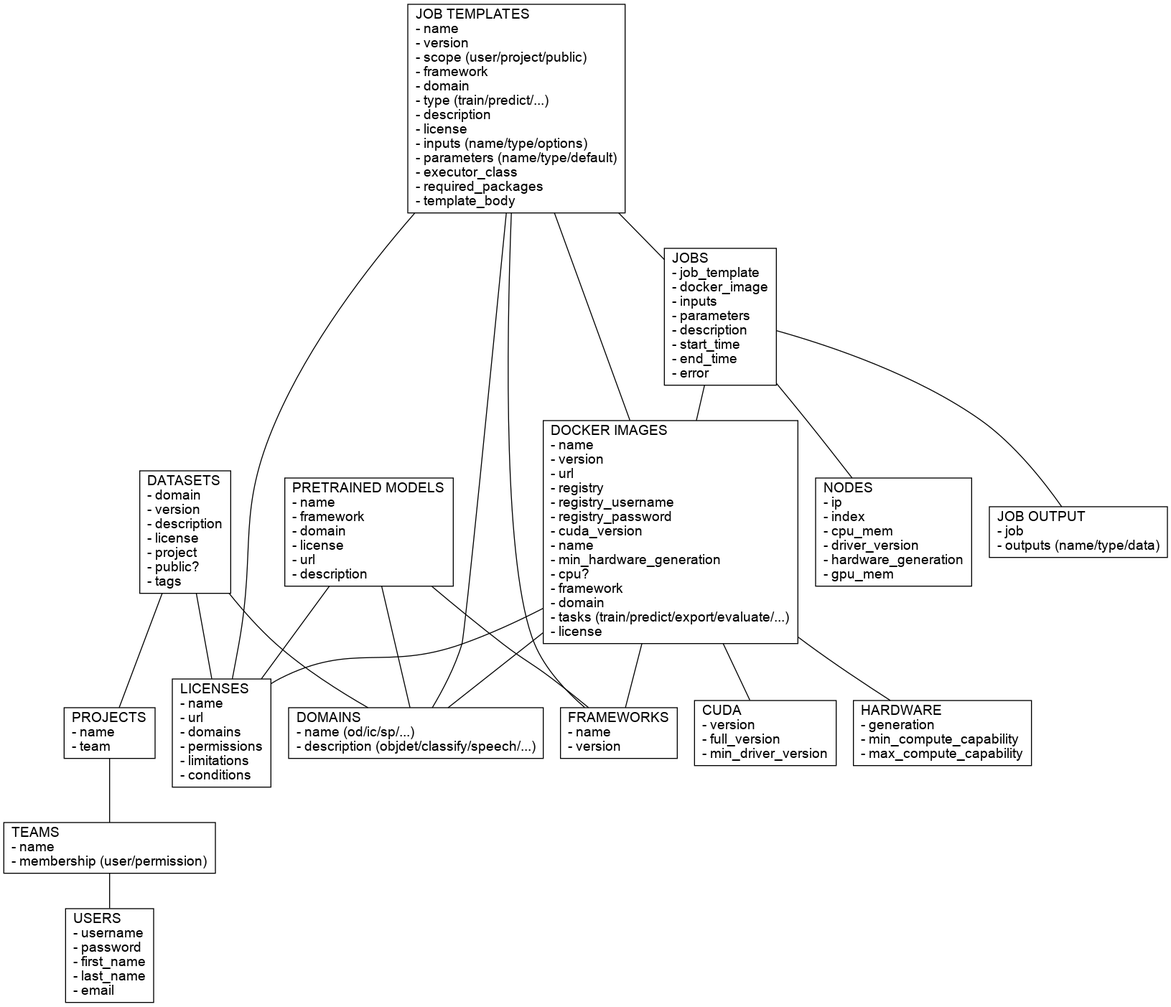
The Graphviz diagram docs/img/api.png in waikato-ufdl/ufdl-api, before a commit. Its source is kept beside it as docs/img/api.dot.
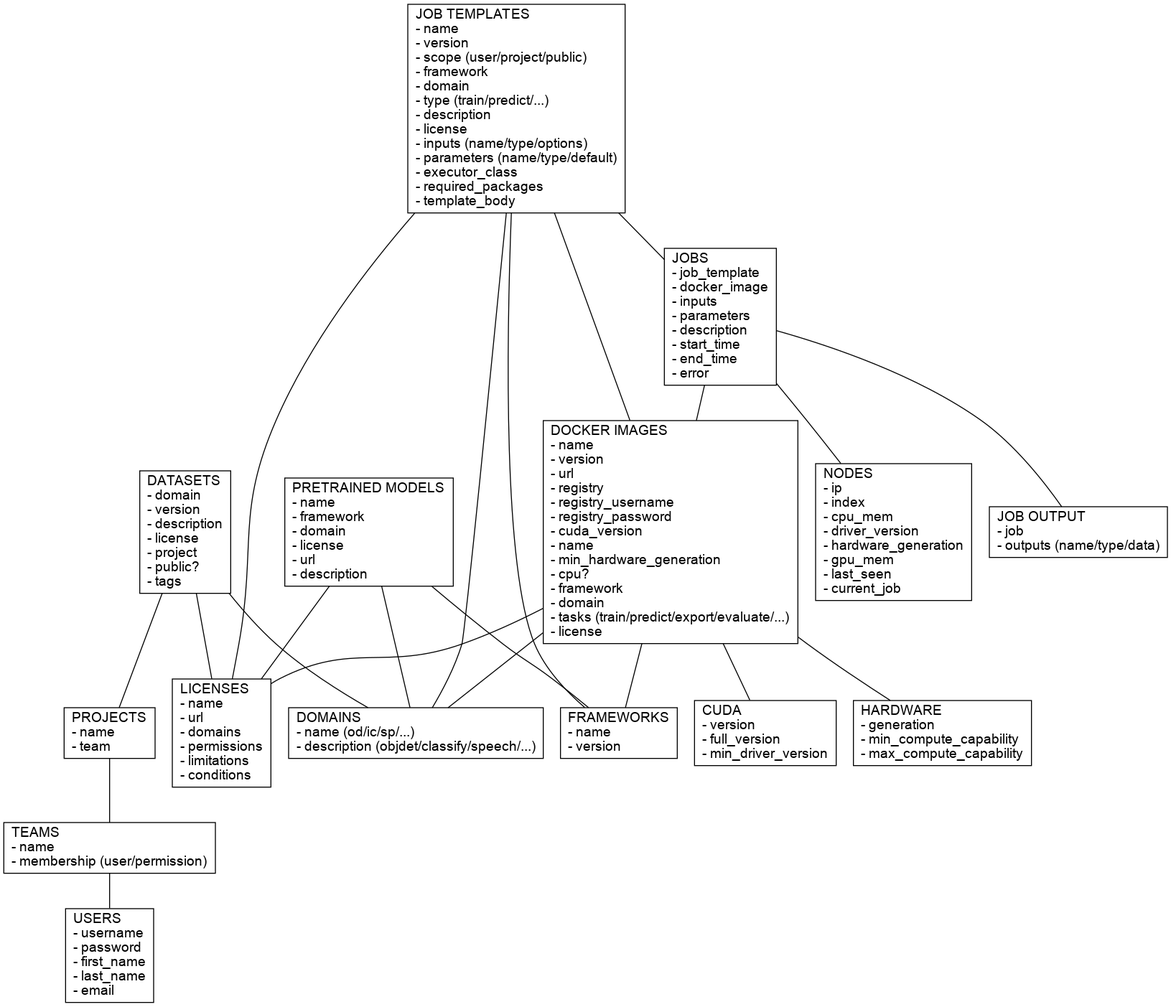
After the change.

The edit, as a diff of the source:
```diff
@@ -12,7 +12,7 @@
   docker_images [label = "DOCKER IMAGES\l- name\l- version\l- url\l- registry\l- registry_username\l- registry_password\l- cuda_version\l- name\l- min_hardware_generation\l- cpu?\l- framework\l- domain\l- tasks (train/predict/export/evaluate/...)\l- license\l"];
   frameworks [label = "FRAMEWORKS\l- name\l- version\l"];
   hardware [label = "HARDWARE\l- generation\l- min_compute_capability\l- max_compute_capability\l"];
-  nodes [label = "NODES\l- ip\l- index\l- cpu_mem\l- driver_version\l- hardware_generation\l- gpu_mem\l"];
+  nodes [label = "NODES\l- ip\l- index\l- cpu_mem\l- driver_version\l- hardware_generation\l- gpu_mem\l- last_seen\l- current_job\l"];
 
   datasets [label = "DATASETS\l- domain\l- version\l- description\l- license\l- project\l- public?\l- tags\l"];
   pretrained_models [label = "PRETRAINED MODELS\l- name\l- framework\l- domain\l- license\l- url\l- description\l"];
```
